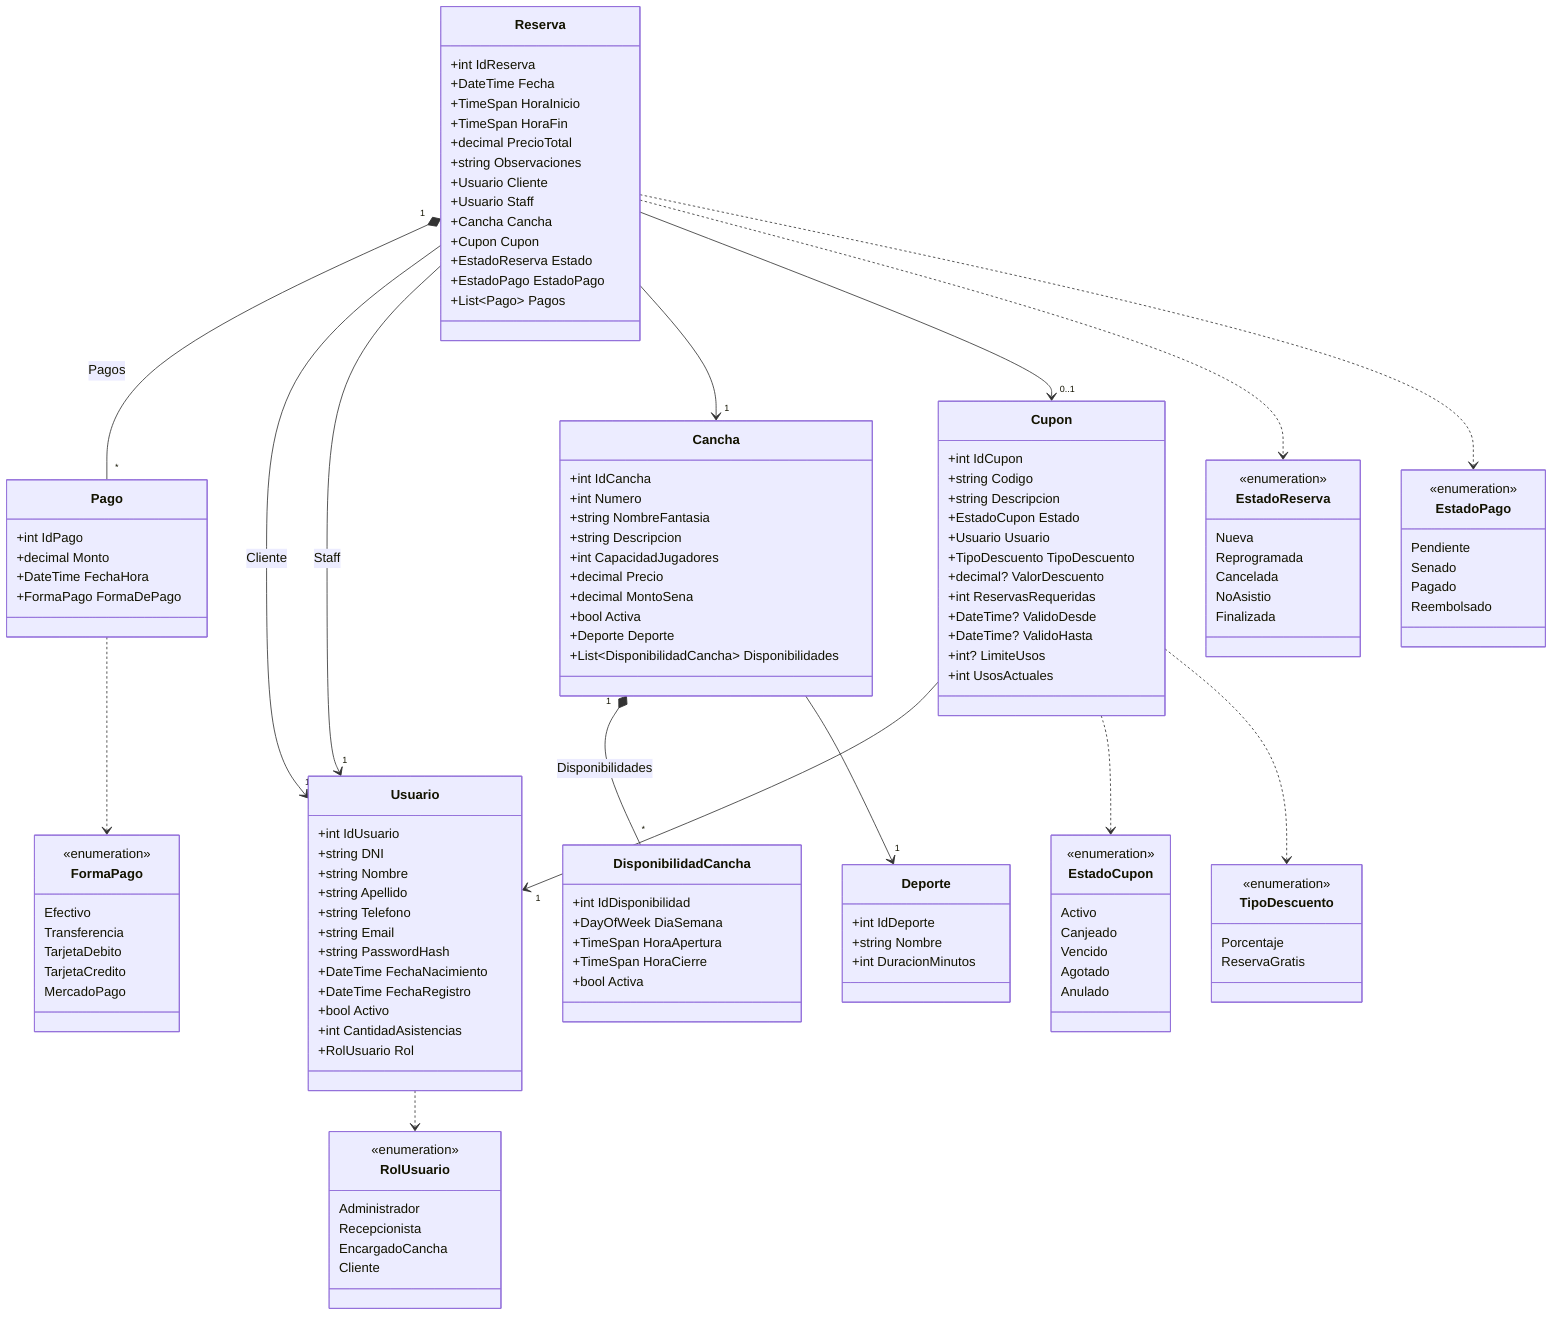
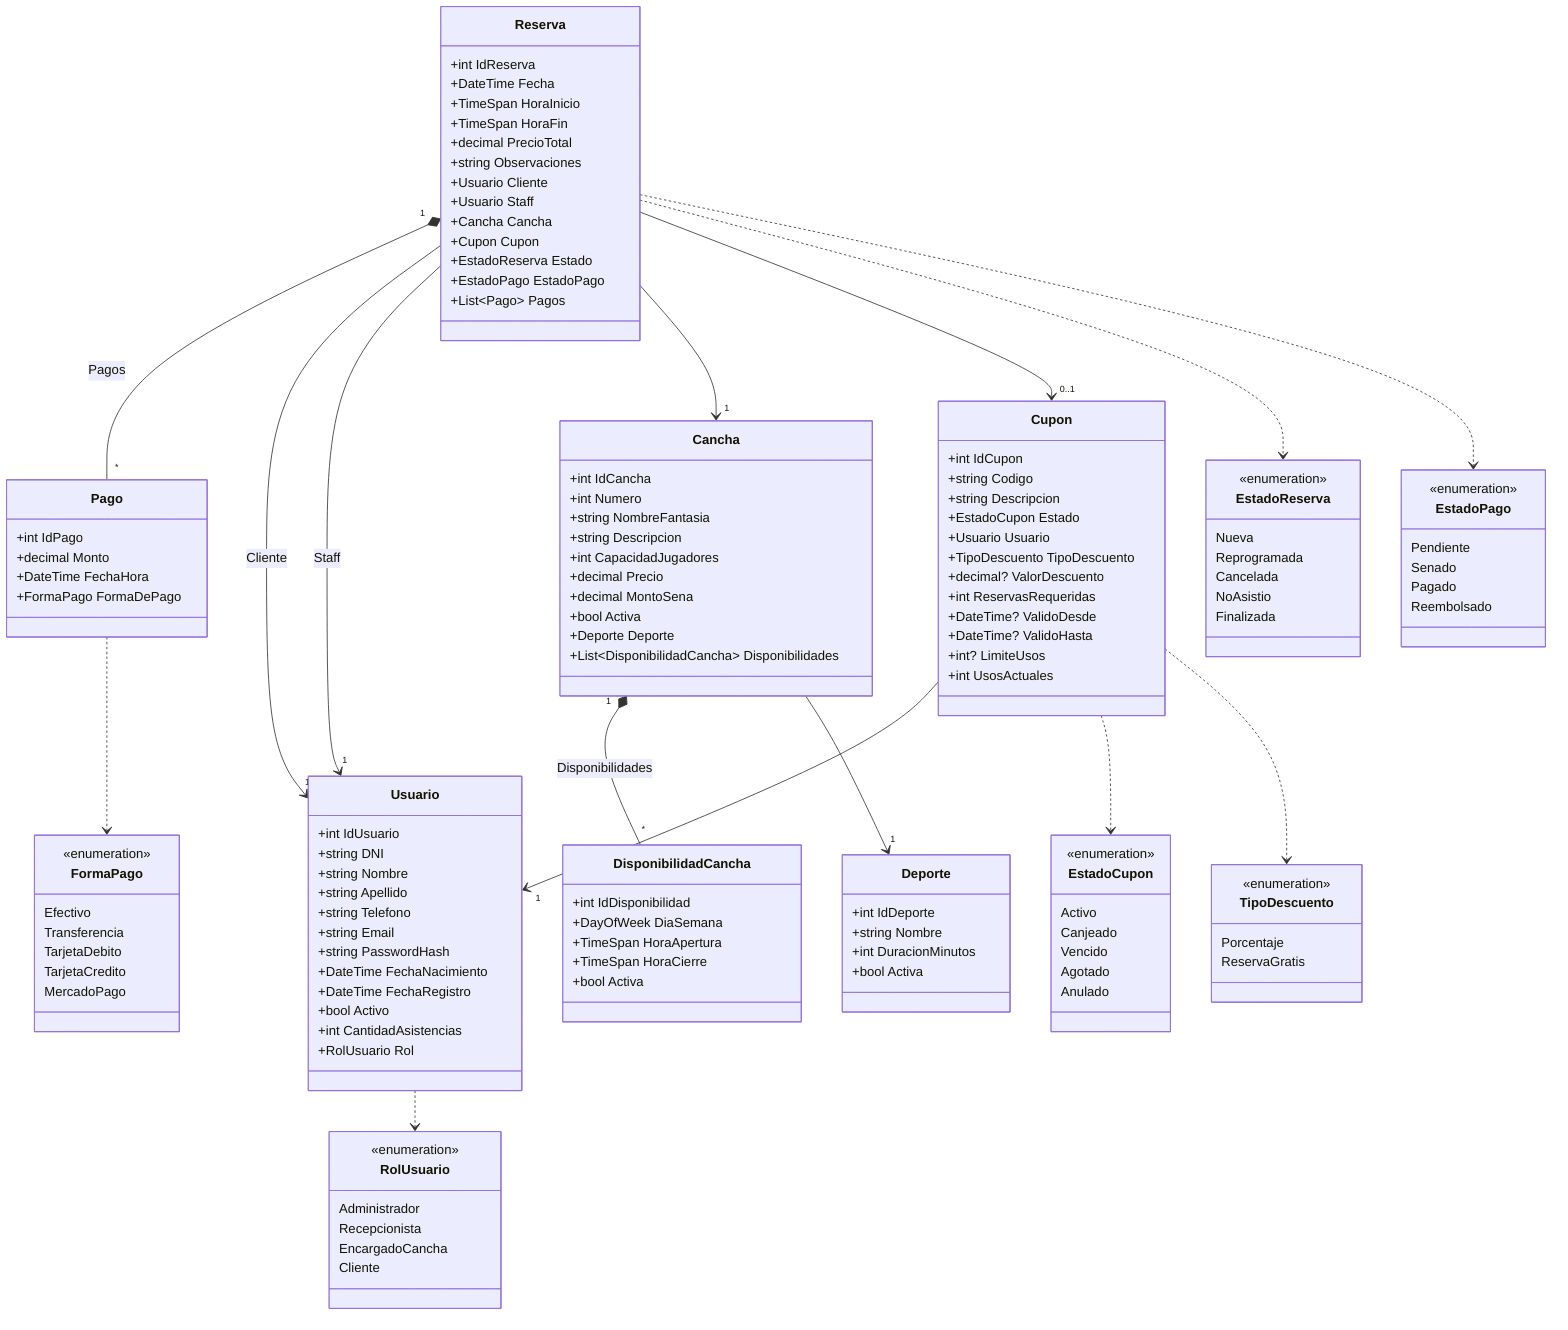
classDiagram
    class Usuario {
        +int IdUsuario
        +string DNI
        +string Nombre
        +string Apellido
        +string Telefono
        +string Email
        +string PasswordHash
        +DateTime FechaNacimiento
        +DateTime FechaRegistro
        +bool Activo
        +int CantidadAsistencias
        +RolUsuario Rol
    }

    class Cancha {
        +int IdCancha
        +int Numero
        +string NombreFantasia
        +string Descripcion
        +int CapacidadJugadores
        +decimal Precio
        +decimal MontoSena
        +bool Activa
        +Deporte Deporte
        +List~DisponibilidadCancha~ Disponibilidades
    }

    class Deporte {
        +int IdDeporte
        +string Nombre
        +int DuracionMinutos
+         +bool Activa
    }

    class DisponibilidadCancha {
        +int IdDisponibilidad
        +DayOfWeek DiaSemana
        +TimeSpan HoraApertura
        +TimeSpan HoraCierre
        +bool Activa
    }

    class Reserva {
        +int IdReserva
        +DateTime Fecha
        +TimeSpan HoraInicio
        +TimeSpan HoraFin
        +decimal PrecioTotal
        +string Observaciones
        +Usuario Cliente
        +Usuario Staff
        +Cancha Cancha
        +Cupon Cupon
        +EstadoReserva Estado
        +EstadoPago EstadoPago
        +List~Pago~ Pagos
    }

    class Cupon {
        +int IdCupon
        +string Codigo
        +string Descripcion
        +EstadoCupon Estado
        +Usuario Usuario
        +TipoDescuento TipoDescuento
        +decimal? ValorDescuento
        +int ReservasRequeridas
        +DateTime? ValidoDesde
        +DateTime? ValidoHasta
        +int? LimiteUsos
        +int UsosActuales
    }

    class Pago {
        +int IdPago
        +decimal Monto
        +DateTime FechaHora
        +FormaPago FormaDePago
    }

    class RolUsuario {
        <<enumeration>>
        Administrador
        Recepcionista
        EncargadoCancha
        Cliente
    }

    class EstadoReserva {
        <<enumeration>>
        Nueva
        Reprogramada
        Cancelada
        NoAsistio
        Finalizada
    }

    class EstadoPago {
        <<enumeration>>
        Pendiente
        Senado
        Pagado
        Reembolsado
    }

    class FormaPago {
        <<enumeration>>
        Efectivo
        Transferencia
        TarjetaDebito
        TarjetaCredito
        MercadoPago
    }

    class TipoDescuento {
        <<enumeration>>
        Porcentaje
        ReservaGratis
    }

    class EstadoCupon {
        <<enumeration>>
        Activo
        Canjeado
        Vencido
        Agotado
        Anulado
    }

    Cancha "1" *-- "*" DisponibilidadCancha : Disponibilidades
    Reserva "1" *-- "*" Pago : Pagos

    Cancha --> "1" Deporte
    Reserva --> "1" Usuario : Cliente
    Reserva --> "1" Usuario : Staff
    Reserva --> "1" Cancha
    Reserva --> "0..1" Cupon
    Cupon --> "1" Usuario

    Usuario ..> RolUsuario
    Reserva ..> EstadoReserva
    Reserva ..> EstadoPago
    Cupon ..> EstadoCupon
    Cupon ..> TipoDescuento
    Pago ..> FormaPago
